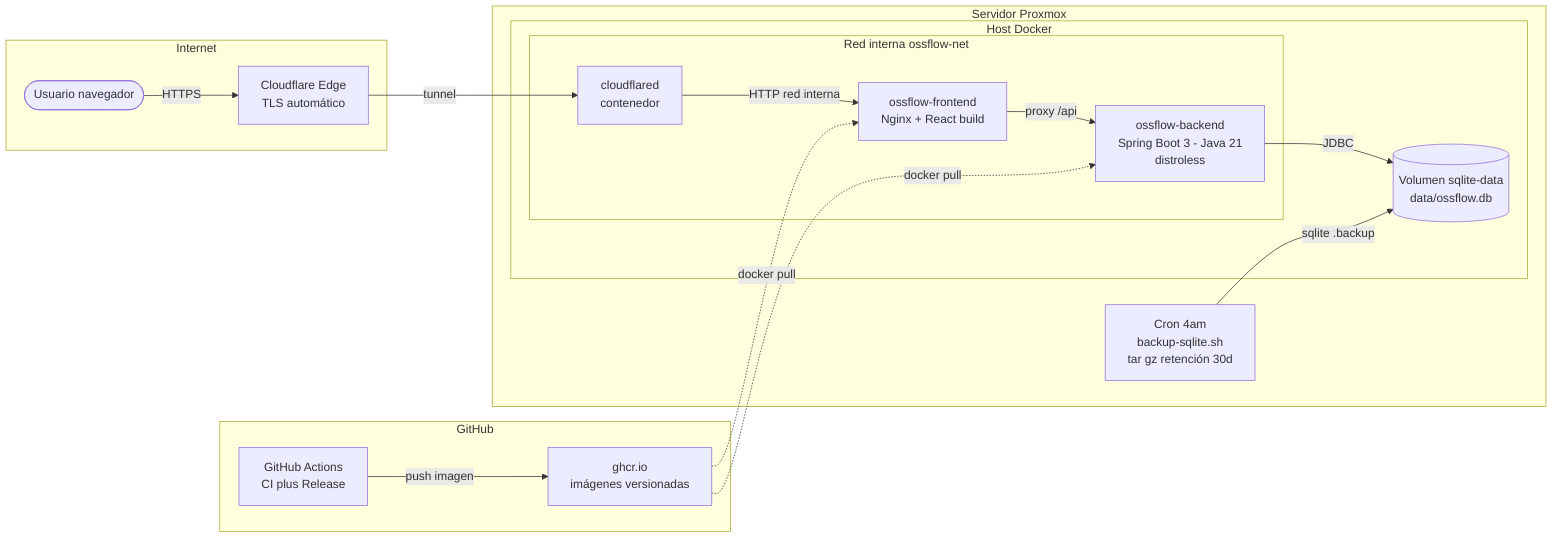
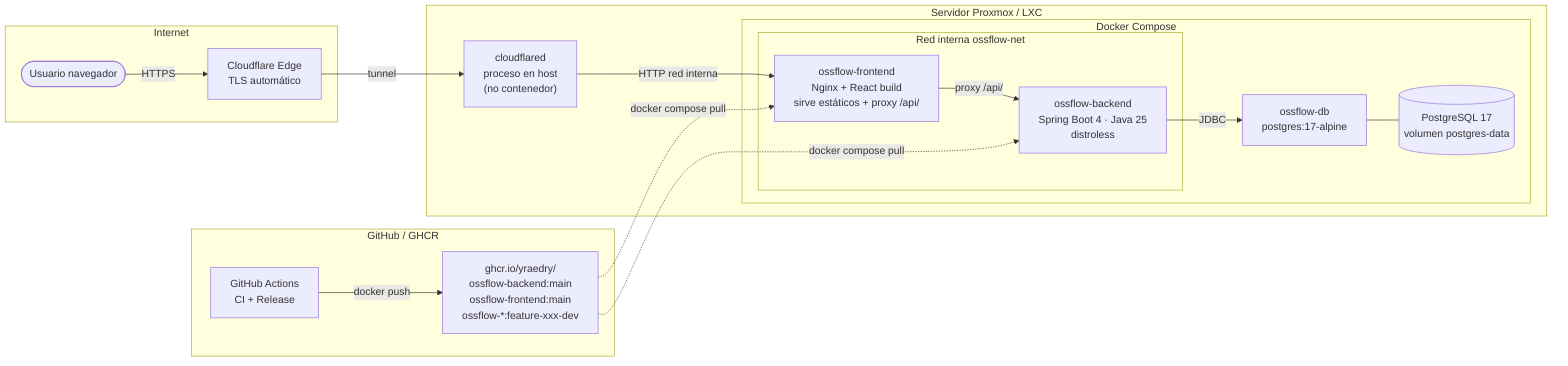
flowchart LR
    subgraph Internet["Internet"]
        User([Usuario navegador])
-         CFEdge[Cloudflare Edge<br/>TLS automático]
+         CFEdge["Cloudflare Edge<br/>TLS automático"]
    end

-     subgraph Proxmox["Servidor Proxmox"]
-         subgraph DockerHost["Host Docker"]
+     subgraph ProxmoxHost["Servidor Proxmox / LXC"]
+         CFProcess["cloudflared<br/>proceso en host<br/>(no contenedor)"]
+ 
+         subgraph DockerCompose["Docker Compose"]
            subgraph Network["Red interna ossflow-net"]
-                 CF[cloudflared<br/>contenedor]
-                 FE[ossflow-frontend<br/>Nginx + React build]
-                 BE[ossflow-backend<br/>Spring Boot 3 - Java 21<br/>distroless]
+                 FE["ossflow-frontend<br/>Nginx + React build<br/>sirve estáticos + proxy /api/"]
+                 BE["ossflow-backend<br/>Spring Boot 4 · Java 25<br/>distroless"]
            end
-             Volume[(Volumen sqlite-data<br/>data/ossflow.db)]
+             Volume[("PostgreSQL 17<br/>volumen postgres-data")]
+             PG["ossflow-db<br/>postgres:17-alpine"]
        end
-         BackupCron[Cron 4am<br/>backup-sqlite.sh<br/>tar gz retención 30d]
    end

-     subgraph GitHub["GitHub"]
-         GHCR[ghcr.io<br/>imágenes versionadas]
-         Actions[GitHub Actions<br/>CI plus Release]
+     subgraph GitHub["GitHub / GHCR"]
+         GHCR["ghcr.io/yraedry/<br/>ossflow-backend:main<br/>ossflow-frontend:main<br/>ossflow-*:feature-xxx-dev"]
+         Actions["GitHub Actions<br/>CI + Release"]
    end

    User -->|HTTPS| CFEdge
-     CFEdge -->|tunnel| CF
-     CF -->|HTTP red interna| FE
-     FE -->|proxy /api| BE
-     BE -->|JDBC| Volume
+     CFEdge -->|tunnel| CFProcess
+     CFProcess -->|HTTP red interna| FE
+     FE -->|proxy /api/| BE
+     BE -->|JDBC| PG
+     PG --- Volume

-     Actions -->|push imagen| GHCR
-     GHCR -.->|docker pull| BE
-     GHCR -.->|docker pull| FE
- 
-     BackupCron -->|sqlite .backup| Volume
+     Actions -->|docker push| GHCR
+     GHCR -.->|docker compose pull| BE
+     GHCR -.->|docker compose pull| FE
